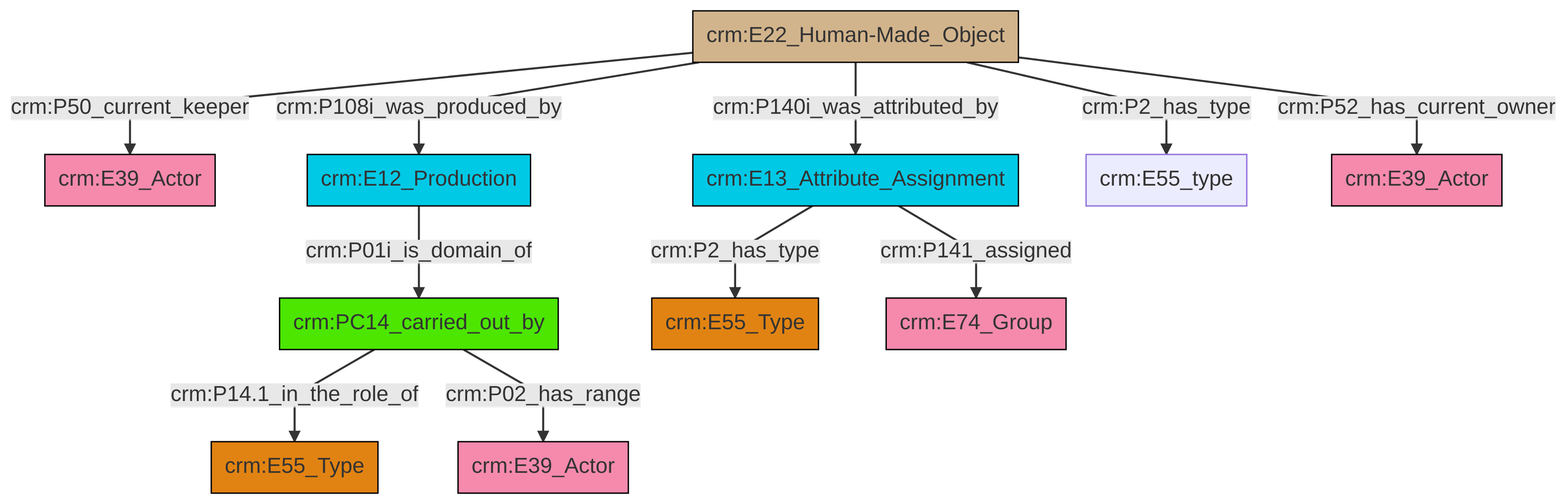
This is et/artworkCSV/ttl/mmd/png/Artwork_Actor_Relations.png from swiss-art-research-net/docs.swissartresearch, a Mermaid export, as it was before one commit. Its source is kept beside it as et/artworkCSV/ttl/mmd/Artwork_Actor_Relations.ttl.mmd.
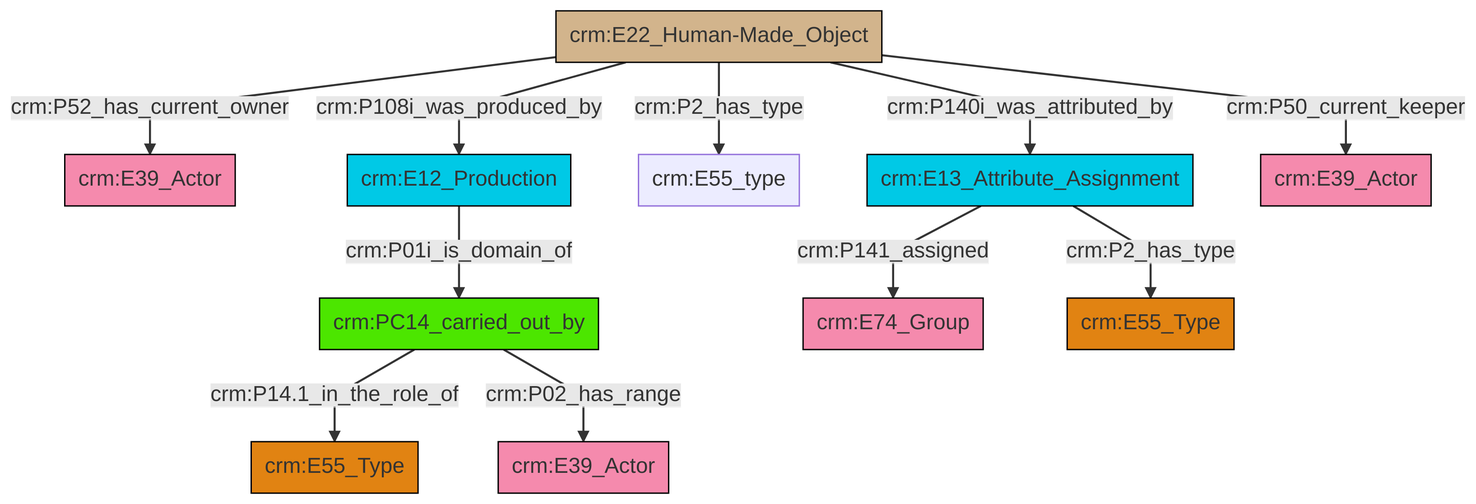
Above is the later version.

Diff of the diagram source:
```diff
@@ -13,13 +13,13 @@
 classDef PC_Classes fill:#4ce600, stroke:#000000;
 classDef Multi fill:#cccccc,stroke:#000000;
 
-0["crm:E13_Attribute_Assignment"]:::Temporal_Entity -->|crm:P2_has_type| 1["crm:E55_Type"]:::Type
-5["crm:PC14_carried_out_by"]:::PC_Classes -->|crm:P14.1_in_the_role_of| 6["crm:E55_Type"]:::Type
-12["crm:E22_Human-Made_Object"]:::Physical_Thing -->|crm:P50_current_keeper| 13["crm:E39_Actor"]:::Actor
-3["crm:E12_Production"]:::Temporal_Entity -->|crm:P01i_is_domain_of| 5["crm:PC14_carried_out_by"]:::PC_Classes
-12["crm:E22_Human-Made_Object"]:::Physical_Thing -->|crm:P108i_was_produced_by| 3["crm:E12_Production"]:::Temporal_Entity
-12["crm:E22_Human-Made_Object"]:::Physical_Thing -->|crm:P140i_was_attributed_by| 0["crm:E13_Attribute_Assignment"]:::Temporal_Entity
-12["crm:E22_Human-Made_Object"]:::Physical_Thing -->|crm:P2_has_type| 20["crm:E55_type"]:::Default
-5["crm:PC14_carried_out_by"]:::PC_Classes -->|crm:P02_has_range| 18["crm:E39_Actor"]:::Actor
-12["crm:E22_Human-Made_Object"]:::Physical_Thing -->|crm:P52_has_current_owner| 10["crm:E39_Actor"]:::Actor
-0["crm:E13_Attribute_Assignment"]:::Temporal_Entity -->|crm:P141_assigned| 8["crm:E74_Group"]:::Actor
+0["crm:PC14_carried_out_by"]:::PC_Classes -->|crm:P14.1_in_the_role_of| 6["crm:E55_Type"]:::Type
+9["crm:E22_Human-Made_Object"]:::Physical_Thing -->|crm:P2_has_type| 10["crm:E55_type"]:::Default
+4["crm:E13_Attribute_Assignment"]:::Temporal_Entity -->|crm:P2_has_type| 13["crm:E55_Type"]:::Type
+15["crm:E12_Production"]:::Temporal_Entity -->|crm:P01i_is_domain_of| 0["crm:PC14_carried_out_by"]:::PC_Classes
+9["crm:E22_Human-Made_Object"]:::Physical_Thing -->|crm:P50_current_keeper| 17["crm:E39_Actor"]:::Actor
+0["crm:PC14_carried_out_by"]:::PC_Classes -->|crm:P02_has_range| 11["crm:E39_Actor"]:::Actor
+9["crm:E22_Human-Made_Object"]:::Physical_Thing -->|crm:P108i_was_produced_by| 15["crm:E12_Production"]:::Temporal_Entity
+9["crm:E22_Human-Made_Object"]:::Physical_Thing -->|crm:P52_has_current_owner| 2["crm:E39_Actor"]:::Actor
+4["crm:E13_Attribute_Assignment"]:::Temporal_Entity -->|crm:P141_assigned| 7["crm:E74_Group"]:::Actor
+9["crm:E22_Human-Made_Object"]:::Physical_Thing -->|crm:P140i_was_attributed_by| 4["crm:E13_Attribute_Assignment"]:::Temporal_Entity
```
